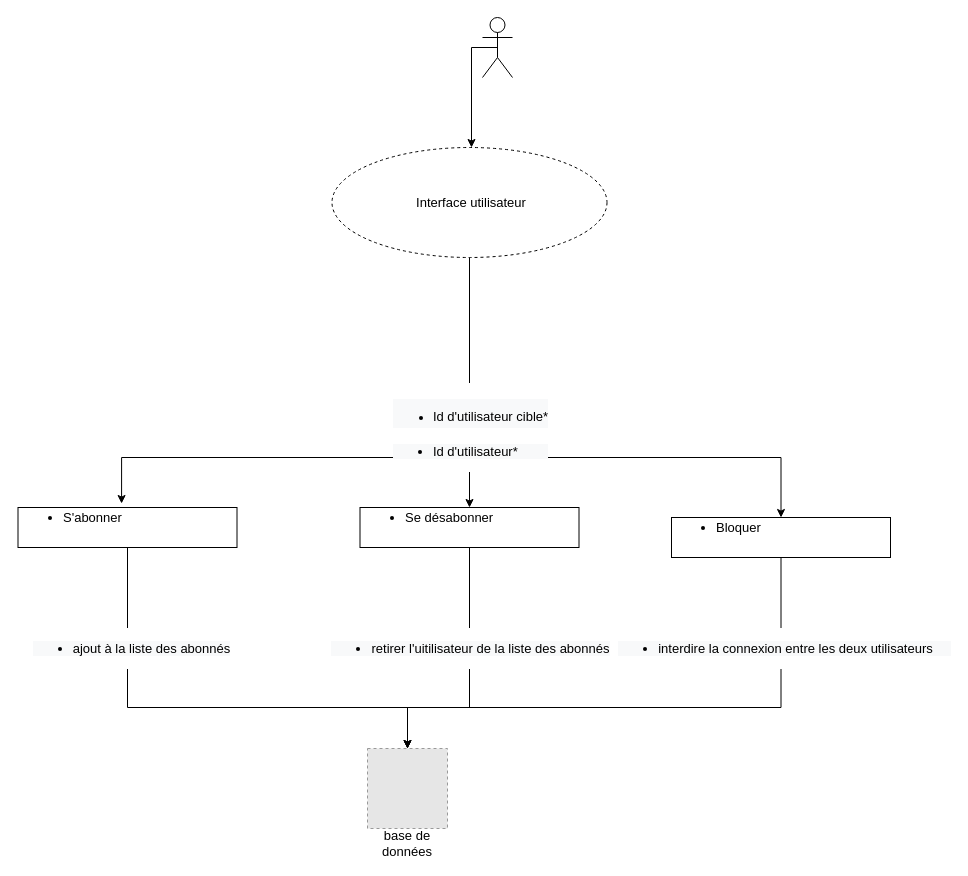
Above: page "L3-Social-service" (6 of 7) of albc.drawio in abdoelhafi/component-based-architecture-project (draw.io), before the change. Source tidied: cells renumbered, new cells numbered last; positions are measured from the earlier drawing's top-left corner, leaving out a move shared by most shapes. Both pictures are drawn from the tidied source at 100%, with x=0, y=0 at pixel (17, 17). Pictures stored in the file or linked from it are replaced by grey dashed boxes.
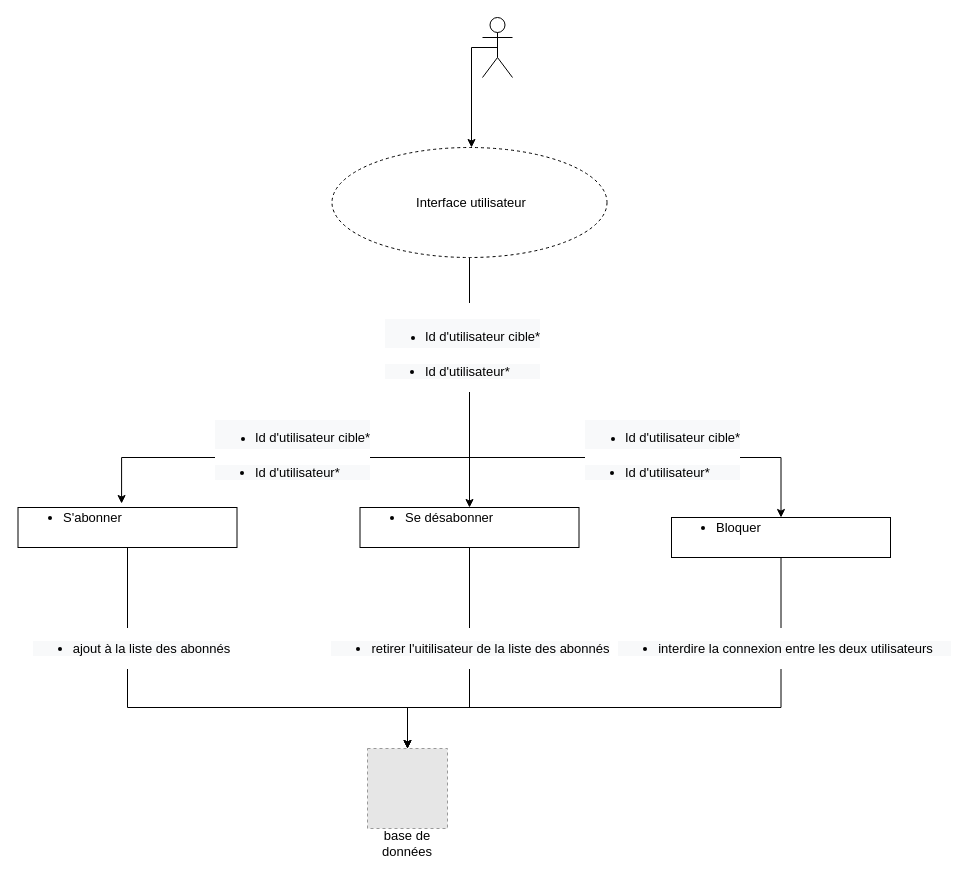
After the change.

The change refers to these unchanged cells:
```xml
<mxCell id="6" style="edgeStyle=orthogonalEdgeStyle;rounded=0;jettySize=auto;html=1;exitX=0.5;exitY=1;exitDx=0;exitDy=0;fontSize=13;entryX=0.5;entryY=0;entryDx=0;entryDy=0;" parent="1" edge="1" source="8" target="19">
  <mxGeometry relative="1" as="geometry">
    <Array as="points">
      <mxPoint x="452" y="440" />
      <mxPoint x="764" y="440" />
    </Array>
  </mxGeometry>
</mxCell>
```

The edit, as a diff of the source:
```diff
@@
     <mxCell id="7" value="&lt;ul style=&quot;font-size: 12px ; text-align: left ; background-color: rgb(248 , 249 , 250)&quot;&gt;&lt;li&gt;&lt;h1&gt;&lt;span style=&quot;font-size: 13px ; font-weight: 400&quot;&gt;Id d'utilisateur cible*&lt;/span&gt;&lt;/h1&gt;&lt;/li&gt;&lt;/ul&gt;&lt;div style=&quot;font-size: 12px ; text-align: left ; background-color: rgb(248 , 249 , 250)&quot;&gt;&lt;ul style=&quot;font-size: 13px&quot;&gt;&lt;li&gt;Id d'utilisateur*&lt;/li&gt;&lt;/ul&gt;&lt;/div&gt;" style="edgeLabel;html=1;align=center;verticalAlign=middle;" parent="6" vertex="1">
       <mxGeometry x="-0.67" relative="1" as="geometry">
-        <mxPoint y="75" as="offset" />
+        <mxPoint x="-8" y="-5" as="offset" />
       </mxGeometry>
     </mxCell>
@@
+    <mxCell id="23" value="&lt;ul style=&quot;font-size: 12px ; text-align: left ; background-color: rgb(248 , 249 , 250)&quot;&gt;&lt;li&gt;&lt;h1&gt;&lt;span style=&quot;font-size: 13px ; font-weight: 400&quot;&gt;Id d'utilisateur cible*&lt;/span&gt;&lt;/h1&gt;&lt;/li&gt;&lt;/ul&gt;&lt;div style=&quot;font-size: 12px ; text-align: left ; background-color: rgb(248 , 249 , 250)&quot;&gt;&lt;ul style=&quot;font-size: 13px&quot;&gt;&lt;li&gt;Id d'utilisateur*&lt;/li&gt;&lt;/ul&gt;&lt;/div&gt;" style="edgeLabel;html=1;align=center;verticalAlign=middle;" parent="1" vertex="1">
+      <mxGeometry x="644" y="430" as="geometry" />
+    </mxCell>
+    <mxCell id="24" value="&lt;ul style=&quot;font-size: 12px ; text-align: left ; background-color: rgb(248 , 249 , 250)&quot;&gt;&lt;li&gt;&lt;h1&gt;&lt;span style=&quot;font-size: 13px ; font-weight: 400&quot;&gt;Id d'utilisateur cible*&lt;/span&gt;&lt;/h1&gt;&lt;/li&gt;&lt;/ul&gt;&lt;div style=&quot;font-size: 12px ; text-align: left ; background-color: rgb(248 , 249 , 250)&quot;&gt;&lt;ul style=&quot;font-size: 13px&quot;&gt;&lt;li&gt;Id d'utilisateur*&lt;/li&gt;&lt;/ul&gt;&lt;/div&gt;" style="edgeLabel;html=1;align=center;verticalAlign=middle;" parent="1" vertex="1">
+      <mxGeometry x="274" y="430" as="geometry" />
+    </mxCell>
```
